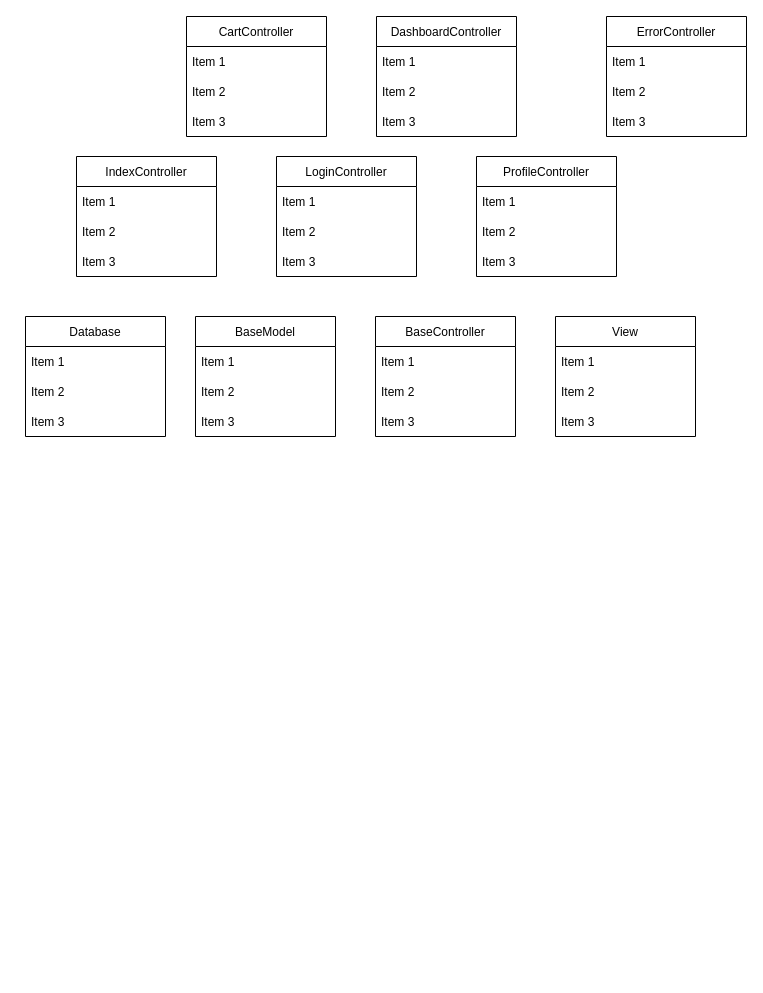
This is ClassesDiagram.drawio from Camalo/writeboard, a draw.io file, before an edit. Source tidied: cells renumbered, new cells numbered last; positions are measured from the earlier drawing's top-left corner, leaving out a move shared by most shapes. Both pictures are drawn from the tidied source at 100%, with x=0, y=0 at pixel (25, 16).
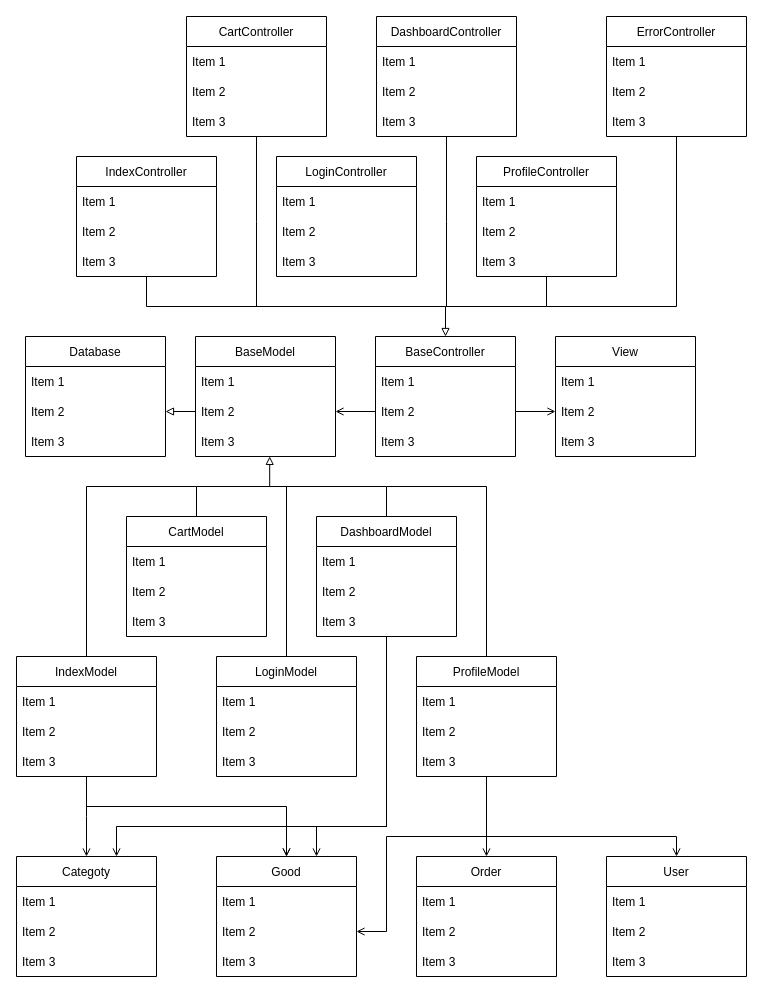
The same page after the edit.

The change refers to these unchanged cells:
```xml
<mxCell id="4" value="Item 2" style="text;strokeColor=none;fillColor=none;align=left;verticalAlign=middle;spacingLeft=4;spacingRight=4;overflow=hidden;points=[[0,0.5],[1,0.5]];portConstraint=eastwest;" parent="2" vertex="1">
  <mxGeometry y="60" width="140" height="30" as="geometry" />
</mxCell>
<mxCell id="8" value="Item 2" style="text;strokeColor=none;fillColor=none;align=left;verticalAlign=middle;spacingLeft=4;spacingRight=4;overflow=hidden;points=[[0,0.5],[1,0.5]];portConstraint=eastwest;" parent="6" vertex="1">
  <mxGeometry y="60" width="140" height="30" as="geometry" />
</mxCell>
<mxCell id="9" value="Item 3" style="text;strokeColor=none;fillColor=none;align=left;verticalAlign=middle;spacingLeft=4;spacingRight=4;overflow=hidden;points=[[0,0.5],[1,0.5]];portConstraint=eastwest;" parent="6" vertex="1">
  <mxGeometry y="90" width="140" height="30" as="geometry" />
</mxCell>
<mxCell id="12" value="Item 2" style="text;strokeColor=none;fillColor=none;align=left;verticalAlign=middle;spacingLeft=4;spacingRight=4;overflow=hidden;points=[[0,0.5],[1,0.5]];portConstraint=eastwest;" parent="10" vertex="1">
  <mxGeometry y="60" width="140" height="30" as="geometry" />
</mxCell>
<mxCell id="16" value="Item 2" style="text;strokeColor=none;fillColor=none;align=left;verticalAlign=middle;spacingLeft=4;spacingRight=4;overflow=hidden;points=[[0,0.5],[1,0.5]];portConstraint=eastwest;" parent="14" vertex="1">
  <mxGeometry y="60" width="140" height="30" as="geometry" />
</mxCell>
<mxCell id="18" value="DashboardController" style="swimlane;fontStyle=0;horizontal=1;startSize=30;" parent="1" vertex="1">
  <mxGeometry x="351" width="140" height="120" as="geometry" />
</mxCell>
<mxCell id="22" value="CartController" style="swimlane;fontStyle=0;horizontal=1;startSize=30;" parent="1" vertex="1">
  <mxGeometry x="161" width="140" height="120" as="geometry" />
</mxCell>
<mxCell id="26" value="ErrorController" style="swimlane;fontStyle=0;horizontal=1;startSize=30;" parent="1" vertex="1">
  <mxGeometry x="581" width="140" height="120" as="geometry" />
</mxCell>
<mxCell id="34" value="IndexController" style="swimlane;fontStyle=0;horizontal=1;startSize=30;" parent="1" vertex="1">
  <mxGeometry x="51" y="140" width="140" height="120" as="geometry" />
</mxCell>
<mxCell id="38" value="ProfileController" style="swimlane;fontStyle=0;horizontal=1;startSize=30;" parent="1" vertex="1">
  <mxGeometry x="451" y="140" width="140" height="120" as="geometry" />
</mxCell>
```

What changed in the source:
```diff
@@
     <mxCell id="2" value="BaseController" style="swimlane;fontStyle=0;horizontal=1;startSize=30;" parent="1" vertex="1">
-      <mxGeometry x="350" y="300" width="140" height="120" as="geometry" />
+      <mxGeometry x="350" y="320" width="140" height="120" as="geometry" />
     </mxCell>
@@
     <mxCell id="6" value="BaseModel" style="swimlane;fontStyle=0;horizontal=1;startSize=30;" parent="1" vertex="1">
-      <mxGeometry x="170" y="300" width="140" height="120" as="geometry" />
+      <mxGeometry x="170" y="320" width="140" height="120" as="geometry" />
     </mxCell>
@@
     <mxCell id="10" value="View" style="swimlane;fontStyle=0;horizontal=1;startSize=30;" parent="1" vertex="1">
-      <mxGeometry x="530" y="300" width="140" height="120" as="geometry" />
+      <mxGeometry x="530" y="320" width="140" height="120" as="geometry" />
     </mxCell>
@@
     <mxCell id="14" value="Database" style="swimlane;fontStyle=0;horizontal=1;startSize=30;" parent="1" vertex="1">
-      <mxGeometry y="300" width="140" height="120" as="geometry" />
+      <mxGeometry y="320" width="140" height="120" as="geometry" />
     </mxCell>
@@
+    <mxCell id="42" style="edgeStyle=orthogonalEdgeStyle;rounded=0;jettySize=auto;html=1;endArrow=none;endFill=0;" parent="1" edge="1" source="18">
+      <mxGeometry relative="1" as="geometry">
+        <mxPoint x="421" y="290" as="targetPoint" />
+      </mxGeometry>
+    </mxCell>
@@
+    <mxCell id="43" style="edgeStyle=orthogonalEdgeStyle;rounded=0;jettySize=auto;html=1;endArrow=none;endFill=0;" parent="1" edge="1" source="22">
+      <mxGeometry relative="1" as="geometry">
+        <mxPoint x="231" y="290" as="targetPoint" />
+      </mxGeometry>
+    </mxCell>
@@
+    <mxCell id="44" style="edgeStyle=orthogonalEdgeStyle;rounded=0;jettySize=auto;html=1;endArrow=none;endFill=0;" parent="1" edge="1" source="26">
+      <mxGeometry relative="1" as="geometry">
+        <mxPoint x="521" y="290" as="targetPoint" />
+        <Array as="points">
+          <mxPoint x="651" y="290" />
+        </Array>
+      </mxGeometry>
+    </mxCell>
@@
+    <mxCell id="45" style="edgeStyle=orthogonalEdgeStyle;rounded=0;jettySize=auto;html=1;entryX=0.5;entryY=0;entryDx=0;entryDy=0;endArrow=block;endFill=0;" parent="1" edge="1" source="34" target="2">
+      <mxGeometry relative="1" as="geometry">
+        <Array as="points">
+          <mxPoint x="121" y="290" />
+          <mxPoint x="420" y="290" />
+        </Array>
+      </mxGeometry>
+    </mxCell>
@@
+    <mxCell id="46" style="edgeStyle=orthogonalEdgeStyle;rounded=0;jettySize=auto;html=1;endArrow=none;endFill=0;" parent="1" edge="1" source="38">
+      <mxGeometry relative="1" as="geometry">
+        <mxPoint x="420" y="290" as="targetPoint" />
+        <Array as="points">
+          <mxPoint x="521" y="290" />
+          <mxPoint x="420" y="290" />
+        </Array>
+      </mxGeometry>
+    </mxCell>
@@
+    <mxCell id="47" style="edgeStyle=orthogonalEdgeStyle;rounded=0;jettySize=auto;html=1;endArrow=none;endFill=0;" parent="1" edge="1" source="51">
+      <mxGeometry relative="1" as="geometry">
+        <mxPoint x="244" y="470" as="targetPoint" />
+        <Array as="points">
+          <mxPoint x="361" y="470" />
+        </Array>
+      </mxGeometry>
+    </mxCell>
+    <mxCell id="48" style="edgeStyle=orthogonalEdgeStyle;rounded=0;jettySize=auto;html=1;endArrow=open;endFill=0;" parent="1" edge="1" source="51" target="80">
+      <mxGeometry relative="1" as="geometry">
+        <Array as="points">
+          <mxPoint x="361" y="810" />
+          <mxPoint x="261" y="810" />
+        </Array>
+      </mxGeometry>
+    </mxCell>
+    <mxCell id="49" style="edgeStyle=orthogonalEdgeStyle;rounded=0;jettySize=auto;html=1;endArrow=open;endFill=0;" parent="1" edge="1" source="51" target="84">
+      <mxGeometry relative="1" as="geometry">
+        <Array as="points">
+          <mxPoint x="361" y="810" />
+          <mxPoint x="91" y="810" />
+        </Array>
+      </mxGeometry>
+    </mxCell>
+    <mxCell id="50" style="edgeStyle=orthogonalEdgeStyle;rounded=0;jettySize=auto;html=1;endArrow=open;endFill=0;" parent="1" edge="1" source="51" target="80">
+      <mxGeometry relative="1" as="geometry">
+        <Array as="points">
+          <mxPoint x="361" y="810" />
+          <mxPoint x="291" y="810" />
+        </Array>
+      </mxGeometry>
+    </mxCell>
+    <mxCell id="51" value="DashboardModel" style="swimlane;fontStyle=0;horizontal=1;startSize=30;" parent="1" vertex="1">
+      <mxGeometry x="291" y="500" width="140" height="120" as="geometry" />
+    </mxCell>
+    <mxCell id="52" value="Item 1" style="text;strokeColor=none;fillColor=none;align=left;verticalAlign=middle;spacingLeft=4;spacingRight=4;overflow=hidden;" parent="51" vertex="1">
+      <mxGeometry y="30" width="140" height="30" as="geometry" />
+    </mxCell>
+    <mxCell id="53" value="Item 2" style="text;strokeColor=none;fillColor=none;align=left;verticalAlign=middle;spacingLeft=4;spacingRight=4;overflow=hidden;" parent="51" vertex="1">
+      <mxGeometry y="60" width="140" height="30" as="geometry" />
+    </mxCell>
+    <mxCell id="54" value="Item 3" style="text;strokeColor=none;fillColor=none;align=left;verticalAlign=middle;spacingLeft=4;spacingRight=4;overflow=hidden;" parent="51" vertex="1">
+      <mxGeometry y="90" width="140" height="30" as="geometry" />
+    </mxCell>
+    <mxCell id="55" style="edgeStyle=orthogonalEdgeStyle;rounded=0;jettySize=auto;html=1;entryX=0.53;entryY=0.997;entryDx=0;entryDy=0;entryPerimeter=0;endArrow=block;endFill=0;" parent="1" edge="1" source="56" target="9">
+      <mxGeometry relative="1" as="geometry" />
+    </mxCell>
+    <mxCell id="56" value="CartModel" style="swimlane;fontStyle=0;horizontal=1;startSize=30;" parent="1" vertex="1">
+      <mxGeometry x="101" y="500" width="140" height="120" as="geometry" />
+    </mxCell>
+    <mxCell id="57" value="Item 1" style="text;strokeColor=none;fillColor=none;align=left;verticalAlign=middle;spacingLeft=4;spacingRight=4;overflow=hidden;" parent="56" vertex="1">
+      <mxGeometry y="30" width="140" height="30" as="geometry" />
+    </mxCell>
+    <mxCell id="58" value="Item 2" style="text;strokeColor=none;fillColor=none;align=left;verticalAlign=middle;spacingLeft=4;spacingRight=4;overflow=hidden;" parent="56" vertex="1">
+      <mxGeometry y="60" width="140" height="30" as="geometry" />
+    </mxCell>
+    <mxCell id="59" value="Item 3" style="text;strokeColor=none;fillColor=none;align=left;verticalAlign=middle;spacingLeft=4;spacingRight=4;overflow=hidden;" parent="56" vertex="1">
+      <mxGeometry y="90" width="140" height="30" as="geometry" />
+    </mxCell>
+    <mxCell id="60" style="edgeStyle=orthogonalEdgeStyle;rounded=0;jettySize=auto;html=1;endArrow=none;endFill=0;" parent="1" edge="1" source="61">
+      <mxGeometry relative="1" as="geometry">
+        <mxPoint x="261" y="470" as="targetPoint" />
+      </mxGeometry>
+    </mxCell>
+    <mxCell id="61" value="LoginModel" style="swimlane;fontStyle=0;horizontal=1;startSize=30;" parent="1" vertex="1">
+      <mxGeometry x="191" y="640" width="140" height="120" as="geometry" />
+    </mxCell>
+    <mxCell id="62" value="Item 1" style="text;strokeColor=none;fillColor=none;align=left;verticalAlign=middle;spacingLeft=4;spacingRight=4;overflow=hidden;" parent="61" vertex="1">
+      <mxGeometry y="30" width="140" height="30" as="geometry" />
+    </mxCell>
+    <mxCell id="63" value="Item 2" style="text;strokeColor=none;fillColor=none;align=left;verticalAlign=middle;spacingLeft=4;spacingRight=4;overflow=hidden;" parent="61" vertex="1">
+      <mxGeometry y="60" width="140" height="30" as="geometry" />
+    </mxCell>
+    <mxCell id="64" value="Item 3" style="text;strokeColor=none;fillColor=none;align=left;verticalAlign=middle;spacingLeft=4;spacingRight=4;overflow=hidden;" parent="61" vertex="1">
+      <mxGeometry y="90" width="140" height="30" as="geometry" />
+    </mxCell>
+    <mxCell id="65" style="edgeStyle=orthogonalEdgeStyle;rounded=0;jettySize=auto;html=1;endArrow=none;endFill=0;" parent="1" edge="1" source="68">
+      <mxGeometry relative="1" as="geometry">
+        <mxPoint x="171" y="470" as="targetPoint" />
+        <Array as="points">
+          <mxPoint x="61" y="470" />
+        </Array>
+      </mxGeometry>
+    </mxCell>
+    <mxCell id="66" style="edgeStyle=orthogonalEdgeStyle;rounded=0;jettySize=auto;html=1;endArrow=open;endFill=0;" parent="1" edge="1" source="68">
+      <mxGeometry relative="1" as="geometry">
+        <mxPoint x="61" y="840" as="targetPoint" />
+      </mxGeometry>
+    </mxCell>
+    <mxCell id="67" style="edgeStyle=orthogonalEdgeStyle;rounded=0;jettySize=auto;html=1;entryX=0.5;entryY=0;entryDx=0;entryDy=0;endArrow=open;endFill=0;" parent="1" edge="1" source="68" target="80">
+      <mxGeometry relative="1" as="geometry">
+        <Array as="points">
+          <mxPoint x="61" y="790" />
+          <mxPoint x="261" y="790" />
+        </Array>
+      </mxGeometry>
+    </mxCell>
+    <mxCell id="68" value="IndexModel" style="swimlane;fontStyle=0;horizontal=1;startSize=30;" parent="1" vertex="1">
+      <mxGeometry x="-9" y="640" width="140" height="120" as="geometry" />
+    </mxCell>
+    <mxCell id="69" value="Item 1" style="text;strokeColor=none;fillColor=none;align=left;verticalAlign=middle;spacingLeft=4;spacingRight=4;overflow=hidden;" parent="68" vertex="1">
+      <mxGeometry y="30" width="140" height="30" as="geometry" />
+    </mxCell>
+    <mxCell id="70" value="Item 2" style="text;strokeColor=none;fillColor=none;align=left;verticalAlign=middle;spacingLeft=4;spacingRight=4;overflow=hidden;" parent="68" vertex="1">
+      <mxGeometry y="60" width="140" height="30" as="geometry" />
+    </mxCell>
+    <mxCell id="71" value="Item 3" style="text;strokeColor=none;fillColor=none;align=left;verticalAlign=middle;spacingLeft=4;spacingRight=4;overflow=hidden;" parent="68" vertex="1">
+      <mxGeometry y="90" width="140" height="30" as="geometry" />
+    </mxCell>
+    <mxCell id="72" style="edgeStyle=orthogonalEdgeStyle;rounded=0;jettySize=auto;html=1;endArrow=none;endFill=0;" parent="1" edge="1" source="76">
+      <mxGeometry relative="1" as="geometry">
+        <mxPoint x="361" y="470" as="targetPoint" />
+        <Array as="points">
+          <mxPoint x="461" y="470" />
+        </Array>
+      </mxGeometry>
+    </mxCell>
+    <mxCell id="73" style="edgeStyle=orthogonalEdgeStyle;rounded=0;jettySize=auto;html=1;endArrow=open;endFill=0;" parent="1" edge="1" source="76" target="92">
+      <mxGeometry relative="1" as="geometry">
+        <Array as="points">
+          <mxPoint x="461" y="820" />
+          <mxPoint x="651" y="820" />
+        </Array>
+      </mxGeometry>
+    </mxCell>
+    <mxCell id="74" style="edgeStyle=orthogonalEdgeStyle;rounded=0;jettySize=auto;html=1;entryX=0.5;entryY=0;entryDx=0;entryDy=0;endArrow=open;endFill=0;" parent="1" edge="1" source="76" target="88">
+      <mxGeometry relative="1" as="geometry" />
+    </mxCell>
+    <mxCell id="75" style="edgeStyle=orthogonalEdgeStyle;rounded=0;jettySize=auto;html=1;entryX=1;entryY=0.5;entryDx=0;entryDy=0;endArrow=open;endFill=0;" parent="1" edge="1" source="76" target="82">
+      <mxGeometry relative="1" as="geometry">
+        <Array as="points">
+          <mxPoint x="461" y="820" />
+          <mxPoint x="361" y="820" />
+          <mxPoint x="361" y="915" />
+        </Array>
+      </mxGeometry>
+    </mxCell>
+    <mxCell id="76" value="ProfileModel" style="swimlane;fontStyle=0;horizontal=1;startSize=30;" parent="1" vertex="1">
+      <mxGeometry x="391" y="640" width="140" height="120" as="geometry" />
+    </mxCell>
+    <mxCell id="77" value="Item 1" style="text;strokeColor=none;fillColor=none;align=left;verticalAlign=middle;spacingLeft=4;spacingRight=4;overflow=hidden;" parent="76" vertex="1">
+      <mxGeometry y="30" width="140" height="30" as="geometry" />
+    </mxCell>
+    <mxCell id="78" value="Item 2" style="text;strokeColor=none;fillColor=none;align=left;verticalAlign=middle;spacingLeft=4;spacingRight=4;overflow=hidden;" parent="76" vertex="1">
+      <mxGeometry y="60" width="140" height="30" as="geometry" />
+    </mxCell>
+    <mxCell id="79" value="Item 3" style="text;strokeColor=none;fillColor=none;align=left;verticalAlign=middle;spacingLeft=4;spacingRight=4;overflow=hidden;" parent="76" vertex="1">
+      <mxGeometry y="90" width="140" height="30" as="geometry" />
+    </mxCell>
+    <mxCell id="80" value="Good" style="swimlane;fontStyle=0;horizontal=1;startSize=30;" parent="1" vertex="1">
+      <mxGeometry x="191" y="840" width="140" height="120" as="geometry" />
+    </mxCell>
+    <mxCell id="81" value="Item 1" style="text;strokeColor=none;fillColor=none;align=left;verticalAlign=middle;spacingLeft=4;spacingRight=4;overflow=hidden;" parent="80" vertex="1">
+      <mxGeometry y="30" width="140" height="30" as="geometry" />
+    </mxCell>
+    <mxCell id="82" value="Item 2" style="text;strokeColor=none;fillColor=none;align=left;verticalAlign=middle;spacingLeft=4;spacingRight=4;overflow=hidden;points=[[0,0.5],[1,0.5]];portConstraint=eastwest;" parent="80" vertex="1">
+      <mxGeometry y="60" width="140" height="30" as="geometry" />
+    </mxCell>
+    <mxCell id="83" value="Item 3" style="text;strokeColor=none;fillColor=none;align=left;verticalAlign=middle;spacingLeft=4;spacingRight=4;overflow=hidden;" parent="80" vertex="1">
+      <mxGeometry y="90" width="140" height="30" as="geometry" />
+    </mxCell>
+    <mxCell id="84" value="Categoty" style="swimlane;fontStyle=0;horizontal=1;startSize=30;" parent="1" vertex="1">
+      <mxGeometry x="-9" y="840" width="140" height="120" as="geometry" />
+    </mxCell>
+    <mxCell id="85" value="Item 1" style="text;strokeColor=none;fillColor=none;align=left;verticalAlign=middle;spacingLeft=4;spacingRight=4;overflow=hidden;" parent="84" vertex="1">
+      <mxGeometry y="30" width="140" height="30" as="geometry" />
+    </mxCell>
+    <mxCell id="86" value="Item 2" style="text;strokeColor=none;fillColor=none;align=left;verticalAlign=middle;spacingLeft=4;spacingRight=4;overflow=hidden;" parent="84" vertex="1">
+      <mxGeometry y="60" width="140" height="30" as="geometry" />
+    </mxCell>
+    <mxCell id="87" value="Item 3" style="text;strokeColor=none;fillColor=none;align=left;verticalAlign=middle;spacingLeft=4;spacingRight=4;overflow=hidden;" parent="84" vertex="1">
+      <mxGeometry y="90" width="140" height="30" as="geometry" />
+    </mxCell>
+    <mxCell id="88" value="Order" style="swimlane;fontStyle=0;horizontal=1;startSize=30;" parent="1" vertex="1">
+      <mxGeometry x="391" y="840" width="140" height="120" as="geometry" />
+    </mxCell>
+    <mxCell id="89" value="Item 1" style="text;strokeColor=none;fillColor=none;align=left;verticalAlign=middle;spacingLeft=4;spacingRight=4;overflow=hidden;" parent="88" vertex="1">
+      <mxGeometry y="30" width="140" height="30" as="geometry" />
+    </mxCell>
+    <mxCell id="90" value="Item 2" style="text;strokeColor=none;fillColor=none;align=left;verticalAlign=middle;spacingLeft=4;spacingRight=4;overflow=hidden;" parent="88" vertex="1">
+      <mxGeometry y="60" width="140" height="30" as="geometry" />
+    </mxCell>
+    <mxCell id="91" value="Item 3" style="text;strokeColor=none;fillColor=none;align=left;verticalAlign=middle;spacingLeft=4;spacingRight=4;overflow=hidden;" parent="88" vertex="1">
+      <mxGeometry y="90" width="140" height="30" as="geometry" />
+    </mxCell>
+    <mxCell id="92" value="User" style="swimlane;fontStyle=0;horizontal=1;startSize=30;" parent="1" vertex="1">
+      <mxGeometry x="581" y="840" width="140" height="120" as="geometry" />
+    </mxCell>
+    <mxCell id="93" value="Item 1" style="text;strokeColor=none;fillColor=none;align=left;verticalAlign=middle;spacingLeft=4;spacingRight=4;overflow=hidden;" parent="92" vertex="1">
+      <mxGeometry y="30" width="140" height="30" as="geometry" />
+    </mxCell>
+    <mxCell id="94" value="Item 2" style="text;strokeColor=none;fillColor=none;align=left;verticalAlign=middle;spacingLeft=4;spacingRight=4;overflow=hidden;" parent="92" vertex="1">
+      <mxGeometry y="60" width="140" height="30" as="geometry" />
+    </mxCell>
+    <mxCell id="95" value="Item 3" style="text;strokeColor=none;fillColor=none;align=left;verticalAlign=middle;spacingLeft=4;spacingRight=4;overflow=hidden;" parent="92" vertex="1">
+      <mxGeometry y="90" width="140" height="30" as="geometry" />
+    </mxCell>
+    <mxCell id="96" style="edgeStyle=orthogonalEdgeStyle;rounded=0;jettySize=auto;html=1;entryX=0;entryY=0.5;entryDx=0;entryDy=0;endArrow=open;endFill=0;" parent="1" edge="1" source="4" target="12">
+      <mxGeometry relative="1" as="geometry" />
+    </mxCell>
+    <mxCell id="97" style="edgeStyle=orthogonalEdgeStyle;rounded=0;jettySize=auto;html=1;entryX=1;entryY=0.5;entryDx=0;entryDy=0;endArrow=open;endFill=0;" parent="1" edge="1" source="4" target="8">
+      <mxGeometry relative="1" as="geometry" />
+    </mxCell>
+    <mxCell id="98" style="edgeStyle=orthogonalEdgeStyle;rounded=0;jettySize=auto;html=1;entryX=1;entryY=0.5;entryDx=0;entryDy=0;endArrow=block;endFill=0;" parent="1" edge="1" source="8" target="16">
+      <mxGeometry relative="1" as="geometry" />
+    </mxCell>
```
